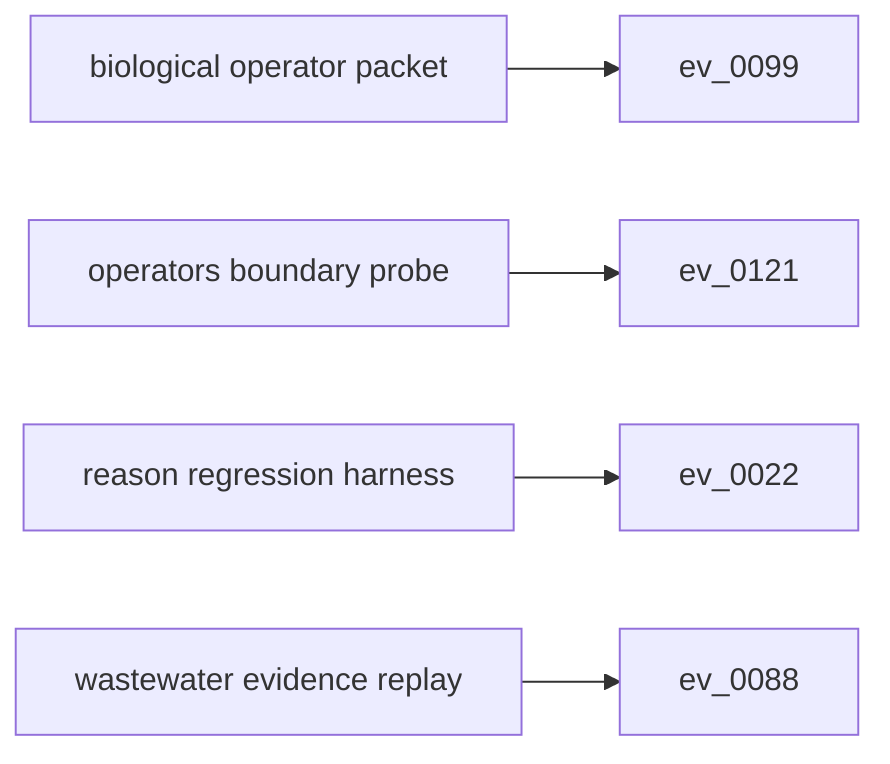
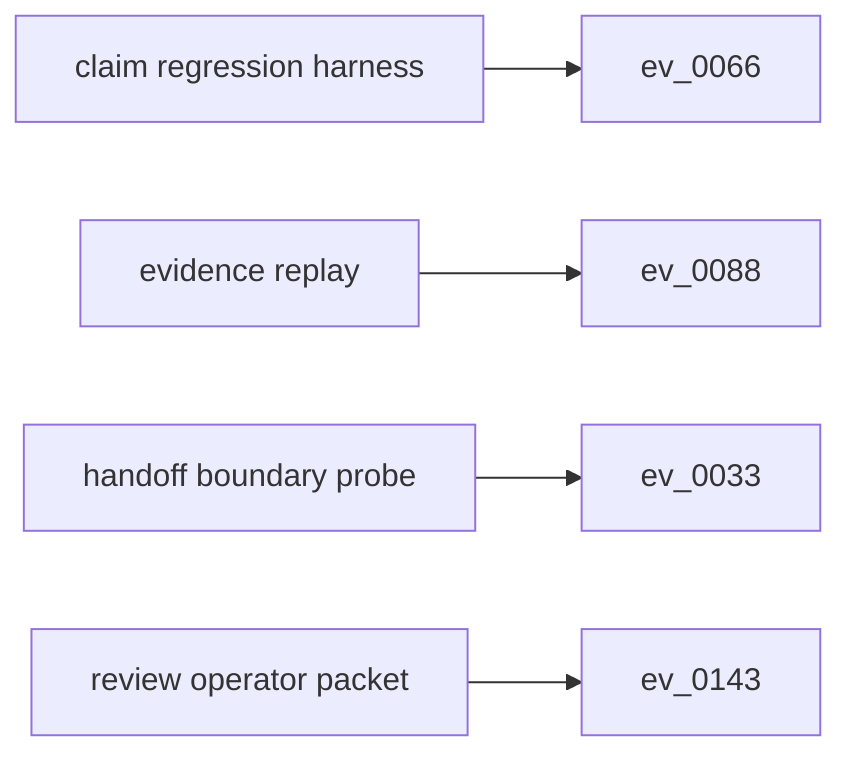
flowchart LR
-   s0["biological operator packet"]
-   e0["ev_0099"]
+   s0["claim regression harness"]
+   e0["ev_0066"]
  s0 --> e0
-   s1["operators boundary probe"]
-   e1["ev_0121"]
+   s1["evidence replay"]
+   e1["ev_0088"]
  s1 --> e1
-   s2["reason regression harness"]
-   e2["ev_0022"]
+   s2["handoff boundary probe"]
+   e2["ev_0033"]
  s2 --> e2
-   s3["wastewater evidence replay"]
-   e3["ev_0088"]
+   s3["review operator packet"]
+   e3["ev_0143"]
  s3 --> e3
